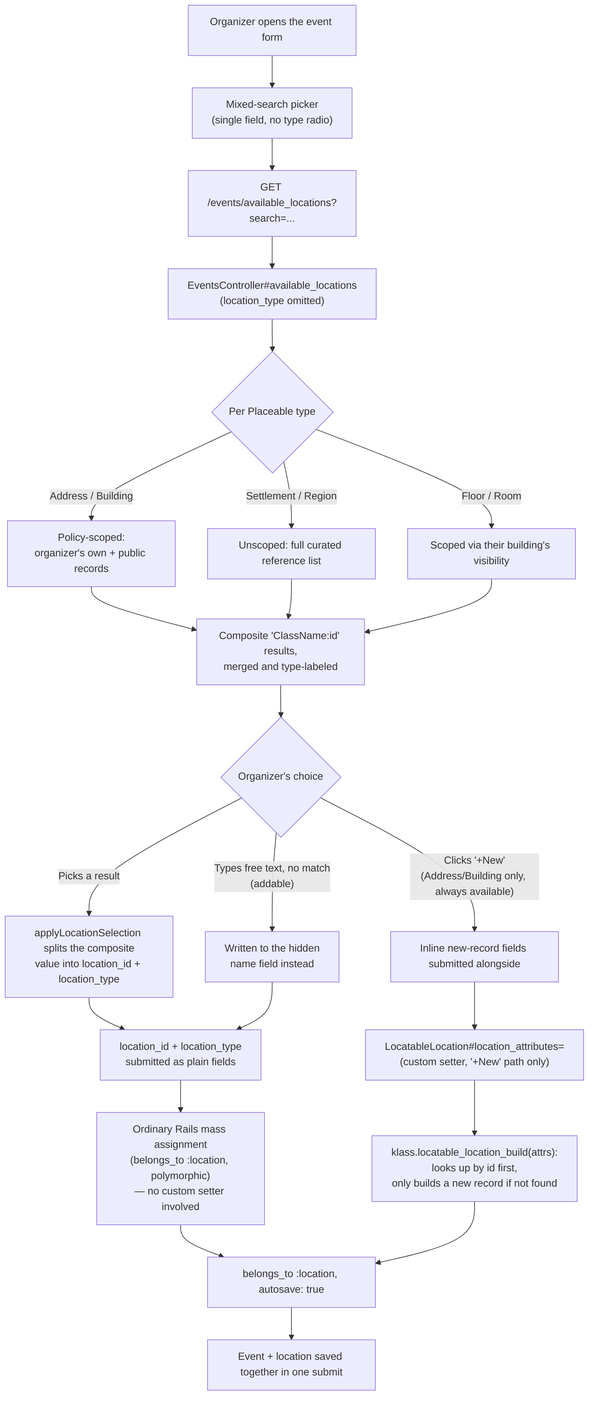
This is docs/diagrams/exports/png/event_location_assignment_flow.png from better-together-org/community-engine-rails, a Mermaid export, as it was before one commit. Its source is kept beside it as docs/diagrams/source/event_location_assignment_flow.mmd.
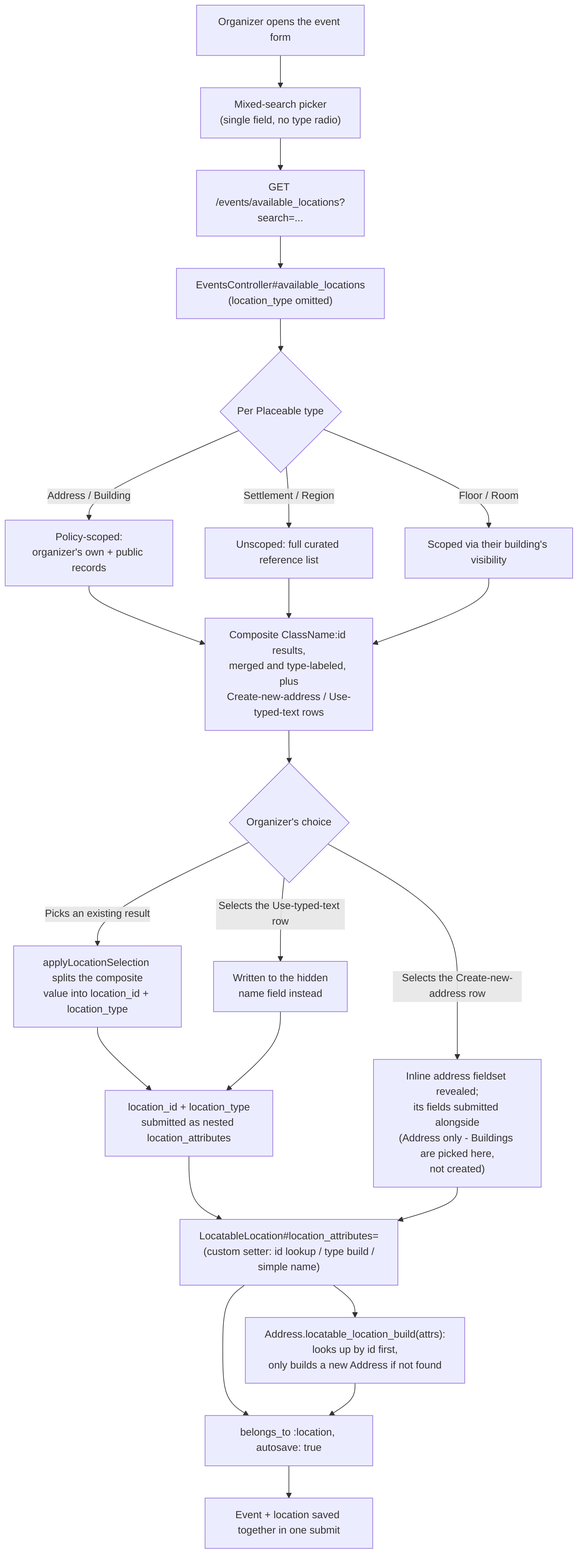
Later version of the same file.

Commit message:
docs(geography): refresh location picker diagrams, prose, and screenshot spec

Change to the diagram source:
```diff
@@ -8,20 +8,20 @@
   E -->|Floor / Room| H[Scoped via their building's visibility]
   F --> I
   G --> I
-  H --> I["Composite 'ClassName:id' results,\nmerged and type-labeled"]
+  H --> I["Composite ClassName:id results,\nmerged and type-labeled, plus\nCreate-new-address / Use-typed-text rows"]
 
   I --> J{Organizer's choice}
-  J -->|Picks a result| K["applyLocationSelection splits the composite\nvalue into location_id + location_type"]
-  J -->|"Types free text, no match\n(addable)"| L["Written to the hidden\nname field instead"]
-  J -->|"Clicks '+New'\n(Address/Building only, always available)"| M[Inline new-record fields submitted alongside]
+  J -->|Picks an existing result| K["applyLocationSelection splits the composite\nvalue into location_id + location_type"]
+  J -->|Selects the Use-typed-text row| L["Written to the hidden\nname field instead"]
+  J -->|Selects the Create-new-address row| M["Inline address fieldset revealed;\nits fields submitted alongside\n(Address only - Buildings are picked here,\nnot created)"]
 
-  K --> N["location_id + location_type\nsubmitted as plain fields"]
+  K --> N["location_id + location_type\nsubmitted as nested location_attributes"]
   L --> N
-  N --> O["Ordinary Rails mass assignment\n(belongs_to :location, polymorphic)\n— no custom setter involved"]
+  N --> P
 
-  M --> P["LocatableLocation#location_attributes=\n(custom setter, '+New' path only)"]
-  P --> Q["klass.locatable_location_build(attrs):\nlooks up by id first,\nonly builds a new record if not found"]
+  M --> P["LocatableLocation#location_attributes=\n(custom setter: id lookup / type build /\nsimple name)"]
+  P --> Q["Address.locatable_location_build(attrs):\nlooks up by id first,\nonly builds a new Address if not found"]
 
-  O --> R["belongs_to :location, autosave: true"]
+  P --> R["belongs_to :location, autosave: true"]
   Q --> R
   R --> S[Event + location saved together in one submit]
```
